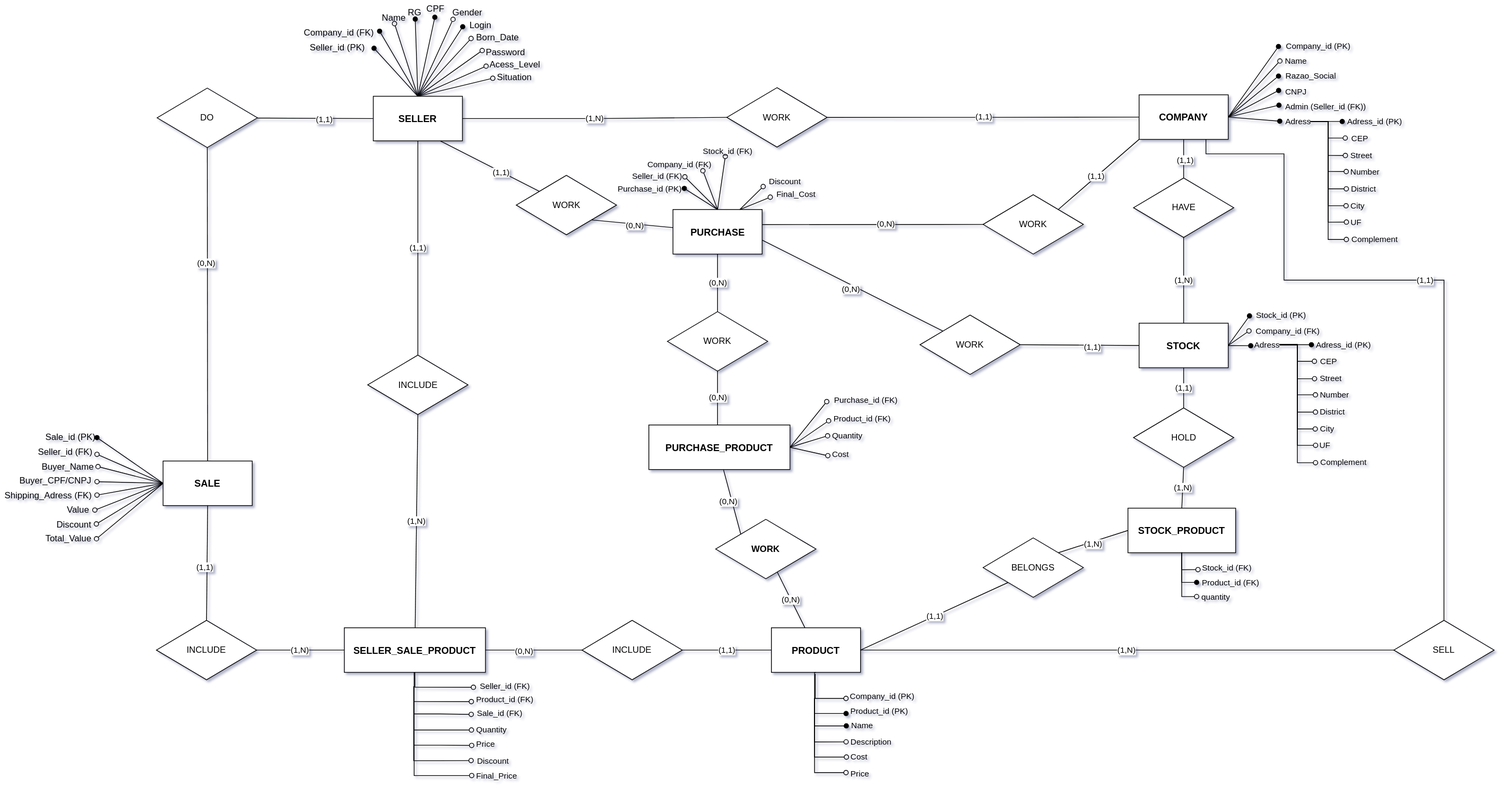
Before: modelo conceitual.drawio.svg, a diagram exported from draw.io (MuriloAlvesGD/JS-StockManager). Source tidied: cells renumbered, new cells last; positions are measured from the earlier drawing's top-left corner, leaving out a move shared by most shapes.
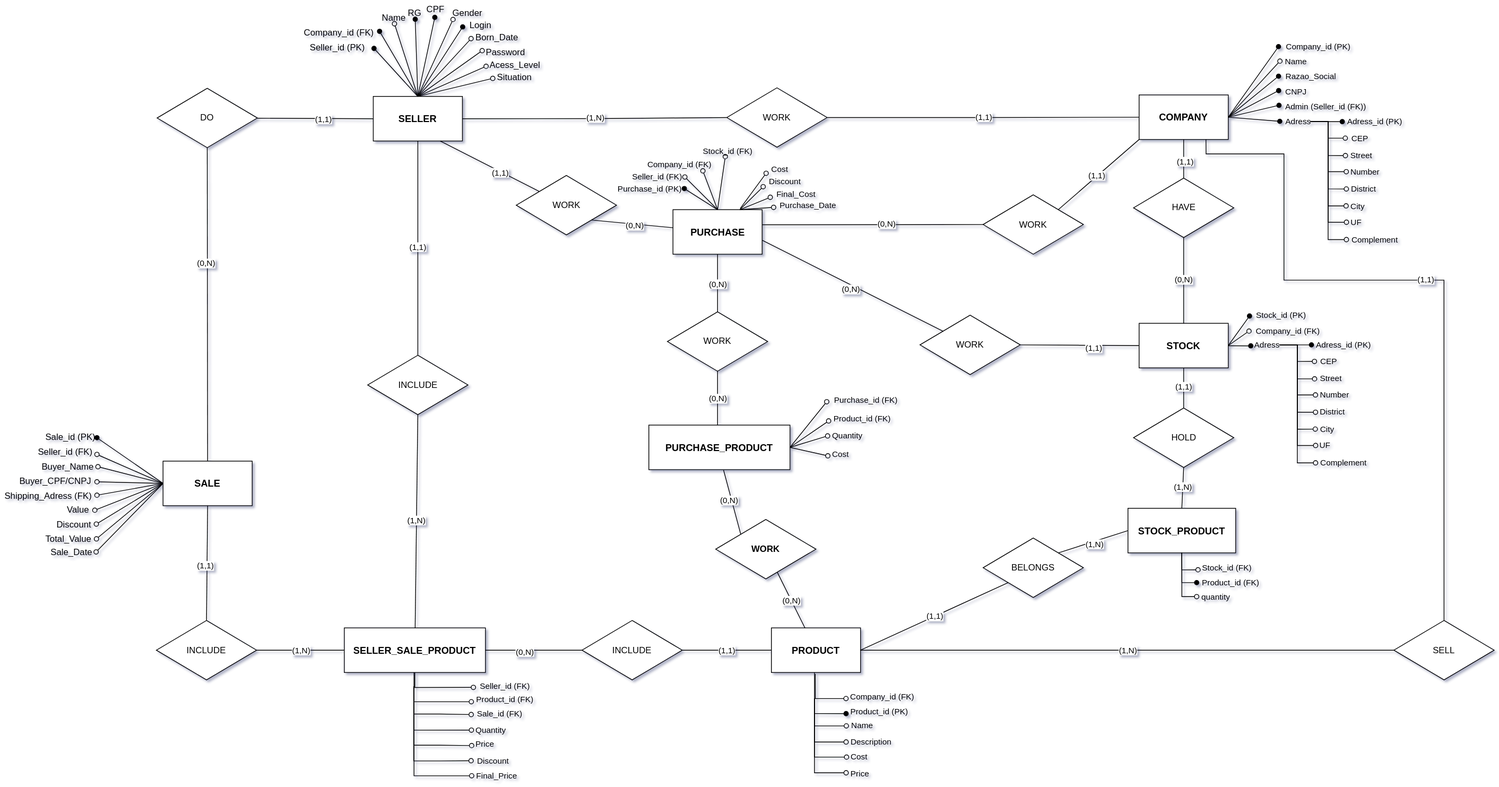
The same diagram one commit later.

The edit, as a diff of the source:
```diff
@@ -56,7 +56,7 @@
     <mxCell id="19" value="WORK" style="rhombus;whiteSpace=wrap;html=1;" parent="1" vertex="1">
       <mxGeometry x="978" y="117.5" width="135" height="80" as="geometry" />
     </mxCell>
-    <mxCell id="20" value="(1,N)" style="rounded=0;jettySize=auto;html=1;entryX=0.5;entryY=0;entryDx=0;entryDy=0;strokeColor=default;align=center;verticalAlign=middle;fontFamily=Helvetica;fontSize=11;fontColor=default;labelBackgroundColor=default;endArrow=none;endFill=0;exitX=0.5;exitY=1;exitDx=0;exitDy=0;" parent="1" edge="1" source="21" target="12">
+    <mxCell id="20" value="(0,N)" style="rounded=0;jettySize=auto;html=1;entryX=0.5;entryY=0;entryDx=0;entryDy=0;strokeColor=default;align=center;verticalAlign=middle;fontFamily=Helvetica;fontSize=11;fontColor=default;labelBackgroundColor=default;endArrow=none;endFill=0;exitX=0.5;exitY=1;exitDx=0;exitDy=0;" parent="1" edge="1" source="21" target="12">
       <mxGeometry relative="1" as="geometry" />
     </mxCell>
     <mxCell id="21" value="HAVE&lt;span style=&quot;color: rgba(0, 0, 0, 0); font-family: monospace; font-size: 0px; text-align: start; text-wrap: nowrap;&quot;&gt;%3CmxGraphModel%3E%3Croot%3E%3CmxCell%20id%3D%220%22%2F%3E%3CmxCell%20id%3D%221%22%20parent%3D%220%22%2F%3E%3CmxCell%20id%3D%222%22%20value%3D%22TRABALHA%22%20style%3D%22rhombus%3BwhiteSpace%3Dwrap%3Bhtml%3D1%3B%22%20vertex%3D%221%22%20parent%3D%221%22%3E%3CmxGeometry%20x%3D%22245%22%20y%3D%2260%22%20width%3D%22135%22%20height%3D%2280%22%20as%3D%22geometry%22%2F%3E%3C%2FmxCell%3E%3C%2Froot%3E%3C%2FmxGraphModel%3E&lt;/span&gt;" style="rhombus;whiteSpace=wrap;html=1;" parent="1" vertex="1">
@@ -235,7 +235,7 @@
     <mxCell id="78" value="Price" style="text;html=1;align=center;verticalAlign=middle;points=[];strokeColor=none;fillColor=none;fontFamily=Helvetica;fontSize=11;fontColor=default;labelBackgroundColor=none;spacing=-7;spacingLeft=6;" parent="1" vertex="1">
       <mxGeometry x="1139" y="1035.5" width="30" height="10" as="geometry" />
     </mxCell>
-    <mxCell id="79" style="edgeStyle=orthogonalEdgeStyle;curved=0;rounded=0;jettySize=auto;html=1;entryX=-0.002;entryY=0.659;entryDx=0;entryDy=0;entryPerimeter=0;strokeColor=default;align=center;verticalAlign=middle;fontFamily=Helvetica;fontSize=11;fontColor=default;labelBackgroundColor=default;endArrow=oval;endFill=1;exitX=0.5;exitY=1;exitDx=0;exitDy=0;" parent="1" edge="1" target="75">
+    <mxCell id="79" style="edgeStyle=orthogonalEdgeStyle;curved=0;rounded=0;jettySize=auto;html=1;entryX=-0.002;entryY=0.659;entryDx=0;entryDy=0;entryPerimeter=0;strokeColor=default;align=center;verticalAlign=middle;fontFamily=Helvetica;fontSize=11;fontColor=default;labelBackgroundColor=default;endArrow=oval;endFill=0;exitX=0.5;exitY=1;exitDx=0;exitDy=0;" parent="1" edge="1" target="75">
       <mxGeometry relative="1" as="geometry">
         <mxPoint x="1096" y="939.5" as="sourcePoint" />
         <Array as="points">
@@ -537,7 +537,7 @@
     <mxCell id="154" value="SELL" style="rhombus;whiteSpace=wrap;html=1;" parent="1" vertex="1">
       <mxGeometry x="1876" y="834.5" width="135" height="80" as="geometry" />
     </mxCell>
-    <mxCell id="155" value="Company_id (PK)" style="text;html=1;align=center;verticalAlign=middle;strokeColor=none;fillColor=none;fontFamily=Helvetica;fontSize=11;fontColor=default;labelBackgroundColor=none;spacing=-7;spacingLeft=6;" parent="1" vertex="1">
+    <mxCell id="155" value="Company_id (FK)" style="text;html=1;align=center;verticalAlign=middle;strokeColor=none;fillColor=none;fontFamily=Helvetica;fontSize=11;fontColor=default;labelBackgroundColor=none;spacing=-7;spacingLeft=6;" parent="1" vertex="1">
       <mxGeometry x="1136" y="932" width="95" height="10" as="geometry" />
     </mxCell>
     <mxCell id="156" style="edgeStyle=orthogonalEdgeStyle;rounded=0;orthogonalLoop=1;jettySize=auto;html=1;entryX=-0.006;entryY=0.76;entryDx=0;entryDy=0;entryPerimeter=0;endArrow=oval;endFill=0;" parent="1" edge="1">
@@ -704,5 +704,25 @@
     <mxCell id="205" style="edgeStyle=none;rounded=0;jettySize=auto;html=1;exitX=0.75;exitY=0;exitDx=0;exitDy=0;entryX=-0.026;entryY=0.885;entryDx=0;entryDy=0;entryPerimeter=0;strokeColor=default;align=center;verticalAlign=middle;fontFamily=Helvetica;fontSize=11;fontColor=default;labelBackgroundColor=default;endArrow=oval;endFill=0;" parent="1" edge="1" source="168" target="200">
       <mxGeometry relative="1" as="geometry" />
     </mxCell>
+    <mxCell id="206" value="Cost" style="text;html=1;align=center;verticalAlign=middle;points=[];strokeColor=none;fillColor=none;fontFamily=Helvetica;fontSize=11;fontColor=default;labelBackgroundColor=none;spacing=-7;spacingLeft=6;" parent="1" vertex="1">
+      <mxGeometry x="1030.5" y="221.5" width="30" height="10" as="geometry" />
+    </mxCell>
+    <mxCell id="207" style="edgeStyle=none;rounded=0;jettySize=auto;html=1;entryX=0.012;entryY=1.106;entryDx=0;entryDy=0;entryPerimeter=0;strokeColor=default;align=center;verticalAlign=middle;fontFamily=Helvetica;fontSize=11;fontColor=default;labelBackgroundColor=default;endArrow=oval;endFill=0;" parent="1" edge="1" target="206">
+      <mxGeometry relative="1" as="geometry">
+        <mxPoint x="996" y="280" as="sourcePoint" />
+      </mxGeometry>
+    </mxCell>
+    <mxCell id="208" style="rounded=0;jettySize=auto;html=1;entryX=0.75;entryY=0;entryDx=0;entryDy=0;endArrow=none;endFill=0;startArrow=oval;startFill=0;" parent="1" edge="1" source="209" target="168">
+      <mxGeometry relative="1" as="geometry" />
+    </mxCell>
+    <mxCell id="209" value="Purchase_Date" style="text;html=1;align=center;verticalAlign=middle;points=[];strokeColor=none;fillColor=none;fontFamily=Helvetica;fontSize=11;fontColor=default;labelBackgroundColor=none;spacing=-7;spacingLeft=6;" parent="1" vertex="1">
+      <mxGeometry x="1041" y="270.5" width="85" height="10" as="geometry" />
+    </mxCell>
+    <mxCell id="210" style="rounded=0;jettySize=auto;html=1;entryX=0;entryY=0.5;entryDx=0;entryDy=0;endArrow=none;endFill=0;startArrow=oval;startFill=0;exitX=1.029;exitY=0.45;exitDx=0;exitDy=0;exitPerimeter=0;" parent="1" edge="1" source="211" target="15">
+      <mxGeometry relative="1" as="geometry" />
+    </mxCell>
+    <mxCell id="211" value="Sale_Date" style="text;html=1;align=left;verticalAlign=middle;points=[];strokeColor=none;fillColor=none;spacingLeft=16;spacing=-10;" parent="1" vertex="1">
+      <mxGeometry x="62" y="740" width="65" height="5" as="geometry" />
+    </mxCell>
   </root>
 </mxGraphModel>
```
